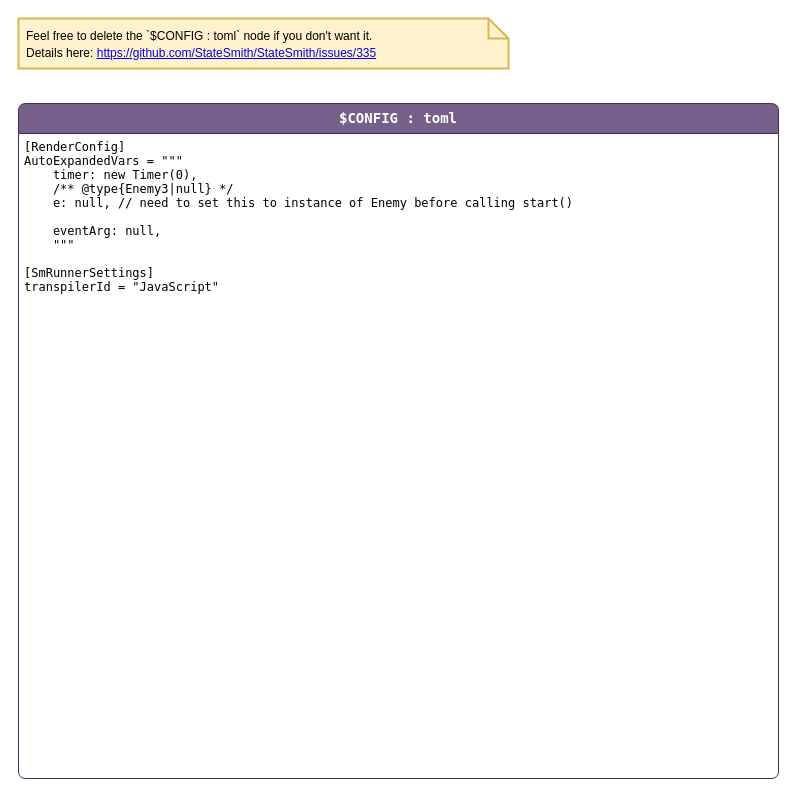
The draw.io diagram page "config" (2 of 3) of enemy3/Enemy3Sm.drawio in adamfk/game-fsm-examples, before the edit. Source tidied: cells renumbered, new cells numbered last; positions are measured from the earlier drawing's top-left corner, leaving out a move shared by most shapes. Both pictures are drawn from the tidied source at 100%, with x=0, y=0 at pixel (18, 18).
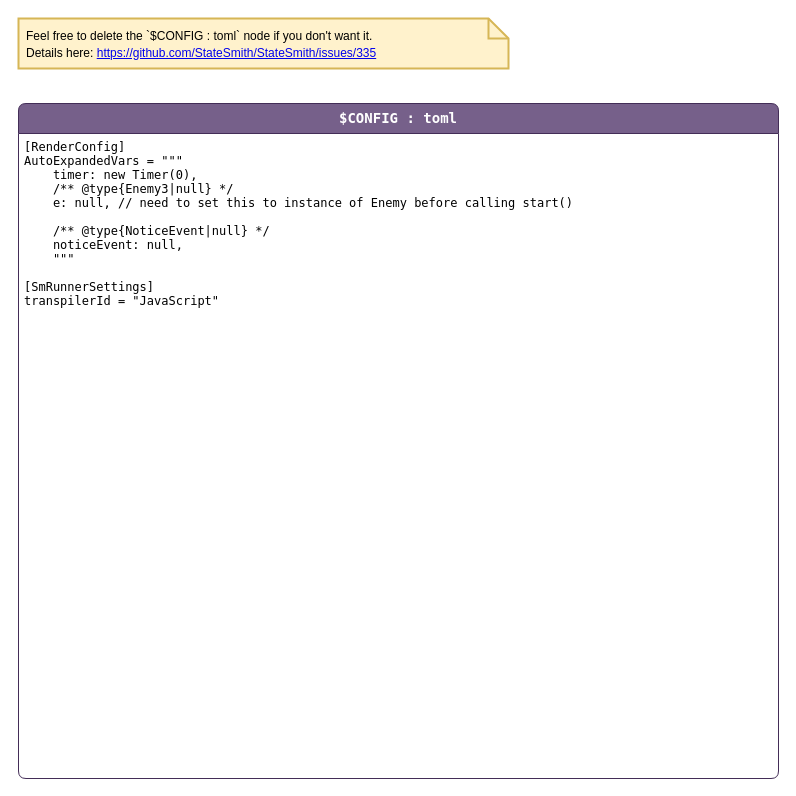
After the change.

The edit, as a diff of the source:
```diff
@@
 <mxGraphModel>
   <root>
     <mxCell id="0" />
     <mxCell id="1" parent="0" />
     <mxCell id="2" value="$CONFIG : toml" style="shape=swimlane;align=center;verticalAlign=top;fontFamily=Lucida Console;startSize=30;fontSize=14;fontStyle=1;swimlaneFillColor=default;rounded=1;arcSize=15;absoluteArcSize=1;fillColor=#76608a;strokeColor=#432D57;fontColor=#ffffff;" parent="1" vertex="1">
       <mxGeometry y="85" width="760" height="675" as="geometry" />
     </mxCell>
-    <mxCell id="3" value="[RenderConfig]&#10;AutoExpandedVars = &quot;&quot;&quot;&#10;    timer: new Timer(0),&#10;    /** @type{Enemy3|null} */&#10;    e: null, // need to set this to instance of Enemy before calling start()&#10;&#10;    eventArg: null,&#10;    &quot;&quot;&quot;&#10;&#10;[SmRunnerSettings]&#10;transpilerId = &quot;JavaScript&quot;" style="fontFamily=Lucida Console;align=left;verticalAlign=top;fillColor=none;gradientColor=none;strokeColor=none;rounded=0;spacingLeft=4;" parent="2" vertex="1">
-      <mxGeometry y="30" width="580" height="170" as="geometry" />
+    <mxCell id="3" value="[RenderConfig]&#10;AutoExpandedVars = &quot;&quot;&quot;&#10;    timer: new Timer(0),&#10;    /** @type{Enemy3|null} */&#10;    e: null, // need to set this to instance of Enemy before calling start()&#10;&#10;    /** @type{NoticeEvent|null} */&#10;    noticeEvent: null,&#10;    &quot;&quot;&quot;&#10;&#10;[SmRunnerSettings]&#10;transpilerId = &quot;JavaScript&quot;" style="fontFamily=Lucida Console;align=left;verticalAlign=top;fillColor=none;gradientColor=none;strokeColor=none;rounded=0;spacingLeft=4;" parent="2" vertex="1">
+      <mxGeometry y="30" width="580" height="190" as="geometry" />
     </mxCell>
     <mxCell id="4" value="&lt;span style=&quot;color: rgb(0, 0, 0); font-size: 12px;&quot;&gt;Feel free to delete the `$CONFIG : toml` node if you don't want it.&lt;/span&gt;&lt;br style=&quot;color: rgb(0, 0, 0); font-size: 12px;&quot;&gt;&lt;span style=&quot;color: rgb(0, 0, 0); font-size: 12px;&quot;&gt;Details here:&amp;nbsp;&lt;/span&gt;&lt;a style=&quot;font-size: 12px;&quot; href=&quot;https://github.com/StateSmith/StateSmith/issues/335&quot;&gt;https://github.com/StateSmith/StateSmith/issues/335&lt;/a&gt;" style="shape=note;strokeWidth=2;fontSize=14;size=20;whiteSpace=wrap;html=1;fillColor=#fff2cc;strokeColor=#d6b656;fontColor=#2B2B00;align=left;spacingLeft=6;" parent="1" vertex="1">
       <mxGeometry width="490" height="50" as="geometry" />
     </mxCell>
   </root>
 </mxGraphModel>
```
